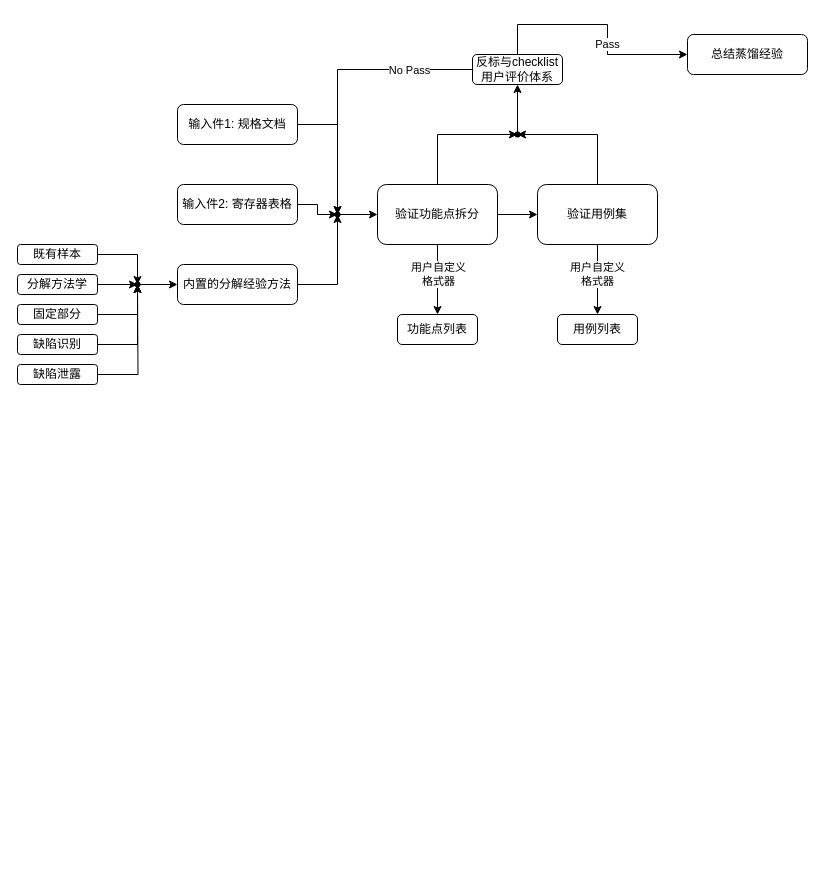
The draw.io diagram page "基于AI的用例与规格点分解" (6 of 6) of drawio/杂项.drawio in iceyxy/flow-chart-drawio, before the edit. Source tidied: cells renumbered, new cells numbered last; positions are measured from the earlier drawing's top-left corner, leaving out a move shared by most shapes. Both pictures are drawn from the tidied source at 100%, with x=0, y=0 at pixel (17, 24).
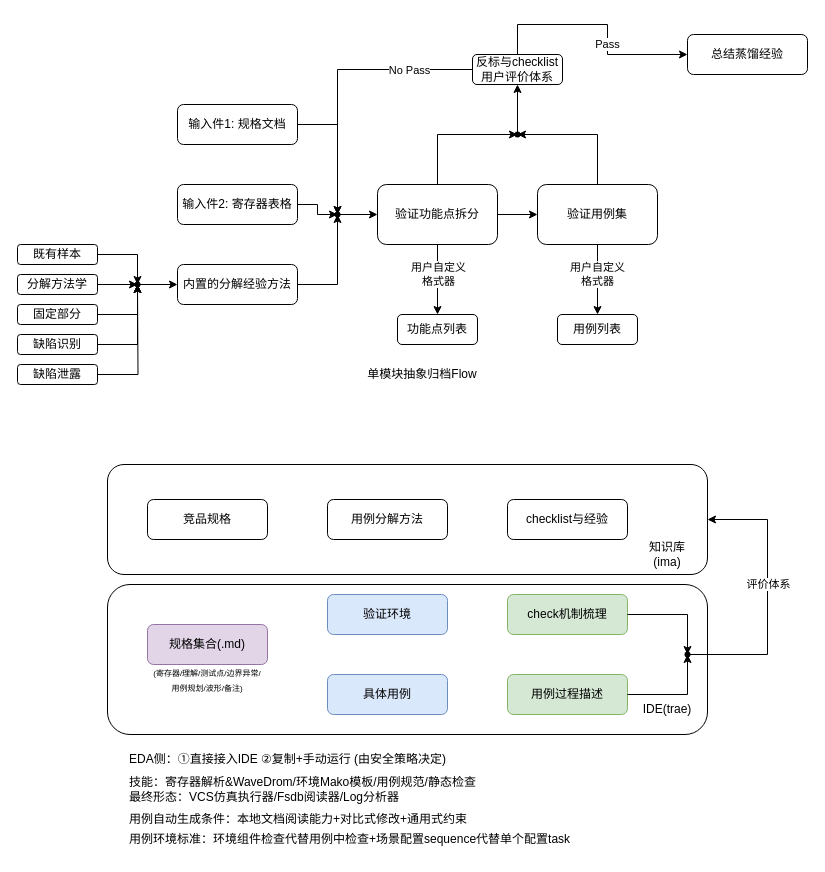
Above is the later version.

What changed in the source:
```diff
@@
+    <mxCell id="41" style="rounded=1;whiteSpace=wrap;html=1;" parent="1" vertex="1">
+      <mxGeometry x="90" y="560" width="600" height="150" as="geometry" />
+    </mxCell>
+    <mxCell id="42" style="rounded=1;whiteSpace=wrap;html=1;" parent="1" vertex="1">
+      <mxGeometry x="90" y="440" width="600" height="110" as="geometry" />
+    </mxCell>
@@
+    <mxCell id="43" value="规格集合(.md)" style="rounded=1;whiteSpace=wrap;html=1;fillColor=#e1d5e7;strokeColor=#9673a6;" parent="1" vertex="1">
+      <mxGeometry x="130" y="600" width="120" height="40" as="geometry" />
+    </mxCell>
+    <mxCell id="44" value="&lt;font style=&quot;font-size: 8px;&quot;&gt;(寄存器/理解/测试点/边界异常/用例规划/波形/备注)&lt;/font&gt;" style="text;html=1;whiteSpace=wrap;strokeColor=none;fillColor=none;align=center;verticalAlign=middle;rounded=0;" parent="1" vertex="1">
+      <mxGeometry x="135" y="640" width="110" height="30" as="geometry" />
+    </mxCell>
+    <mxCell id="45" value="单模块抽象归档Flow" style="text;html=1;whiteSpace=wrap;strokeColor=none;fillColor=none;align=center;verticalAlign=middle;rounded=0;" parent="1" vertex="1">
+      <mxGeometry x="310" y="335" width="190" height="30" as="geometry" />
+    </mxCell>
+    <mxCell id="46" value="竞品规格" style="rounded=1;whiteSpace=wrap;html=1;" parent="1" vertex="1">
+      <mxGeometry x="130" y="475" width="120" height="40" as="geometry" />
+    </mxCell>
+    <mxCell id="47" value="验证环境" style="rounded=1;whiteSpace=wrap;html=1;fillColor=#dae8fc;strokeColor=#6c8ebf;" parent="1" vertex="1">
+      <mxGeometry x="310" y="570" width="120" height="40" as="geometry" />
+    </mxCell>
+    <mxCell id="48" value="具体用例" style="rounded=1;whiteSpace=wrap;html=1;fillColor=#dae8fc;strokeColor=#6c8ebf;" parent="1" vertex="1">
+      <mxGeometry x="310" y="650" width="120" height="40" as="geometry" />
+    </mxCell>
+    <mxCell id="49" value="用例过程描述" style="rounded=1;whiteSpace=wrap;html=1;fillColor=#d5e8d4;strokeColor=#82b366;" parent="1" vertex="1">
+      <mxGeometry x="490" y="650" width="120" height="40" as="geometry" />
+    </mxCell>
+    <mxCell id="50" value="check机制梳理" style="rounded=1;whiteSpace=wrap;html=1;fillColor=#d5e8d4;strokeColor=#82b366;" parent="1" vertex="1">
+      <mxGeometry x="490" y="570" width="120" height="40" as="geometry" />
+    </mxCell>
+    <mxCell id="51" style="edgeStyle=orthogonalEdgeStyle;rounded=0;jettySize=auto;html=1;entryX=1;entryY=0.5;entryDx=0;entryDy=0;" parent="1" edge="1" source="53" target="42">
+      <mxGeometry relative="1" as="geometry">
+        <Array as="points">
+          <mxPoint x="750" y="630" />
+          <mxPoint x="750" y="495" />
+        </Array>
+      </mxGeometry>
+    </mxCell>
+    <mxCell id="52" value="评价体系" style="edgeLabel;html=1;align=center;verticalAlign=middle;" parent="51" vertex="1">
+      <mxGeometry x="0.05" y="-2" relative="1" as="geometry">
+        <mxPoint x="-2" y="-7" as="offset" />
+      </mxGeometry>
+    </mxCell>
+    <mxCell id="53" style="shape=waypoint;sketch=0;fillStyle=solid;size=6;points=[];fillColor=none;perimeter=centerPerimeter;snapToPoint=1;" parent="1" vertex="1">
+      <mxGeometry x="660" y="620" width="20" height="20" as="geometry" />
+    </mxCell>
+    <mxCell id="54" style="edgeStyle=orthogonalEdgeStyle;rounded=0;jettySize=auto;html=1;entryX=0.379;entryY=0.764;entryDx=0;entryDy=0;entryPerimeter=0;" parent="1" edge="1" source="50" target="53">
+      <mxGeometry relative="1" as="geometry" />
+    </mxCell>
+    <mxCell id="55" style="edgeStyle=orthogonalEdgeStyle;rounded=0;jettySize=auto;html=1;entryX=0.655;entryY=1.005;entryDx=0;entryDy=0;entryPerimeter=0;" parent="1" edge="1" source="49" target="53">
+      <mxGeometry relative="1" as="geometry" />
+    </mxCell>
+    <mxCell id="56" value="用例分解方法" style="rounded=1;whiteSpace=wrap;html=1;" parent="1" vertex="1">
+      <mxGeometry x="310" y="475" width="120" height="40" as="geometry" />
+    </mxCell>
+    <mxCell id="57" value="checklist与经验" style="rounded=1;whiteSpace=wrap;html=1;" parent="1" vertex="1">
+      <mxGeometry x="490" y="475" width="120" height="40" as="geometry" />
+    </mxCell>
+    <mxCell id="58" value="知识库(ima)" style="text;html=1;whiteSpace=wrap;strokeColor=none;fillColor=none;align=center;verticalAlign=middle;rounded=0;" parent="1" vertex="1">
+      <mxGeometry x="620" y="515" width="60" height="30" as="geometry" />
+    </mxCell>
+    <mxCell id="59" value="IDE(trae)" style="text;html=1;whiteSpace=wrap;strokeColor=none;fillColor=none;align=center;verticalAlign=middle;rounded=0;" parent="1" vertex="1">
+      <mxGeometry x="620" y="670" width="60" height="30" as="geometry" />
+    </mxCell>
+    <mxCell id="60" value="EDA侧：①直接接入IDE ②复制+手动运行 (由安全策略决定)" style="text;html=1;whiteSpace=wrap;strokeColor=none;fillColor=none;align=left;verticalAlign=middle;rounded=0;" parent="1" vertex="1">
+      <mxGeometry x="110" y="720" width="350" height="30" as="geometry" />
+    </mxCell>
+    <mxCell id="61" value="技能：寄存器解析&amp;amp;WaveDrom/环境Mako模板/用例规范/静态检查&lt;div&gt;最终形态：VCS仿真执行器/Fsdb阅读器/Log分析器&lt;/div&gt;" style="text;html=1;whiteSpace=wrap;strokeColor=none;fillColor=none;align=left;verticalAlign=middle;rounded=0;" parent="1" vertex="1">
+      <mxGeometry x="110" y="750" width="360" height="30" as="geometry" />
+    </mxCell>
+    <mxCell id="62" value="用例自动生成条件：本地文档阅读能力+对比式修改+通用式约束" style="text;html=1;whiteSpace=wrap;strokeColor=none;fillColor=none;align=left;verticalAlign=middle;rounded=0;" parent="1" vertex="1">
+      <mxGeometry x="110" y="780" width="440" height="30" as="geometry" />
+    </mxCell>
+    <mxCell id="63" value="用例环境标准：环境组件检查代替用例中检查+场景配置sequence代替单个配置task" style="text;html=1;whiteSpace=wrap;strokeColor=none;fillColor=none;align=left;verticalAlign=middle;rounded=0;" parent="1" vertex="1">
+      <mxGeometry x="110" y="800" width="460" height="30" as="geometry" />
+    </mxCell>
```
